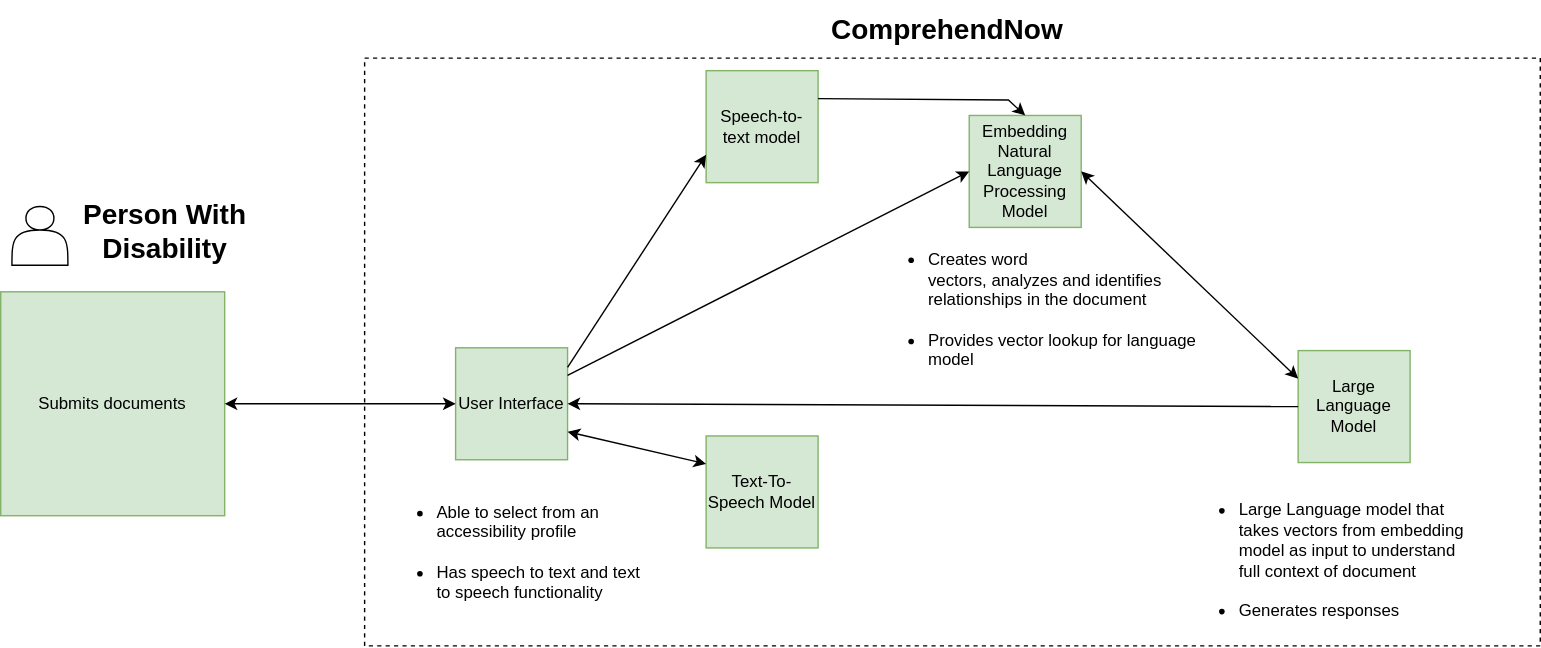
Above: hackproject/usecases/img/approach.svg in eliblurr/TurntablTitans (draw.io), before the change. Source tidied: cells renumbered, new cells last; positions are measured from the earlier drawing's top-left corner, leaving out a move shared by most shapes.
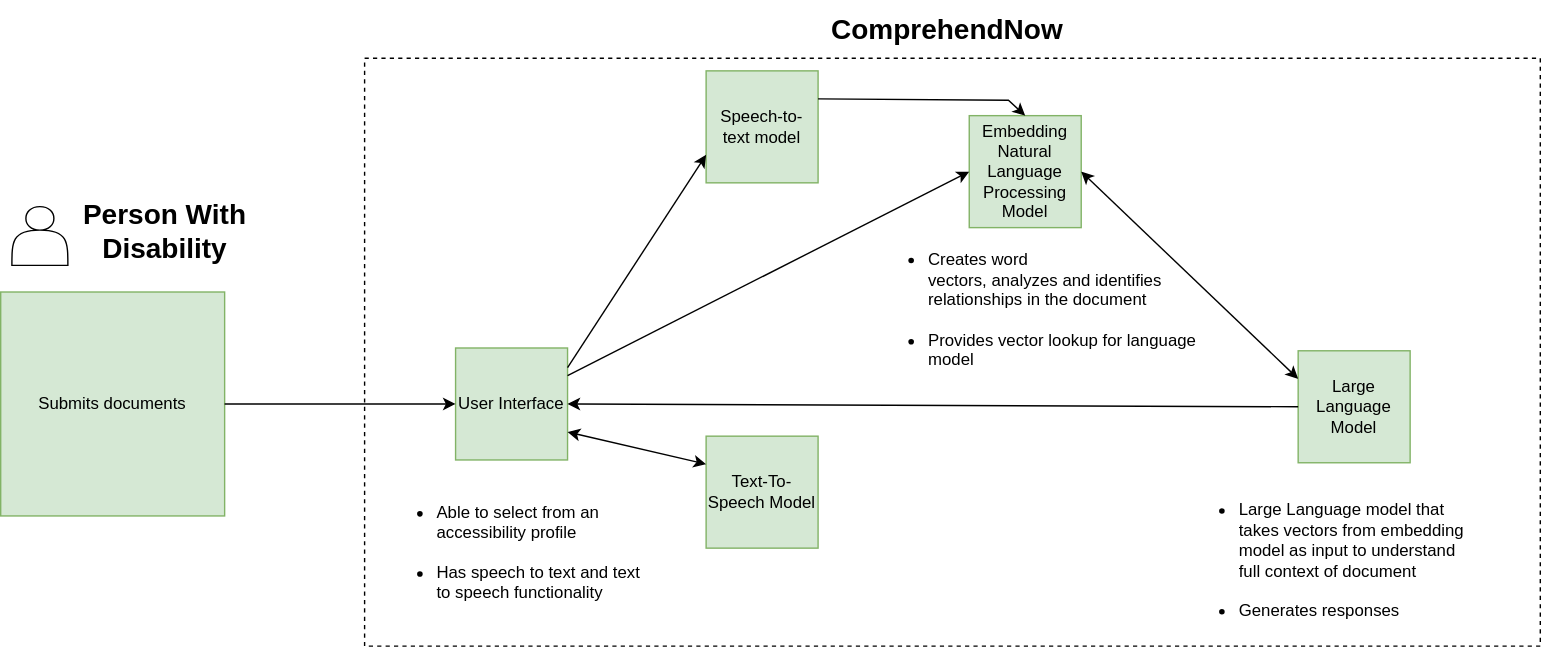
Later version of the same file.

Change to the diagram source:
```diff
@@ -45,7 +45,7 @@
     <mxCell id="14" style="endArrow=classic;startArrow=classic;html=1;rounded=0;entryX=0;entryY=0.25;entryDx=0;entryDy=0;exitX=1;exitY=0.75;exitDx=0;exitDy=0;" parent="1" edge="1" source="4" target="8">
       <mxGeometry relative="1" as="geometry" />
     </mxCell>
-    <mxCell id="15" style="endArrow=classic;startArrow=classic;html=1;rounded=0;entryX=0;entryY=0.5;entryDx=0;entryDy=0;exitX=1;exitY=0.5;exitDx=0;exitDy=0;" parent="1" edge="1" source="2" target="4">
+    <mxCell id="15" style="endArrow=classic;startArrow=none;html=1;rounded=0;entryX=0;entryY=0.5;entryDx=0;entryDy=0;exitX=1;exitY=0.5;exitDx=0;exitDy=0;startFill=0;" parent="1" edge="1" source="2" target="4">
       <mxGeometry relative="1" as="geometry" />
     </mxCell>
     <mxCell id="16" value="&lt;ul&gt;&lt;li style=&quot;text-align: left;&quot;&gt;Able to select from an &lt;br&gt;accessibility profile&lt;br&gt;&lt;br&gt;&lt;/li&gt;&lt;li&gt;Has speech to text and text&lt;br&gt;&lt;div style=&quot;text-align: left;&quot;&gt;&lt;span style=&quot;background-color: initial;&quot;&gt;to speech functionality&lt;/span&gt;&lt;/div&gt;&lt;/li&gt;&lt;/ul&gt;" style="text;html=1;align=center;verticalAlign=middle;strokeColor=none;fillColor=none;" parent="1" vertex="1">
```
